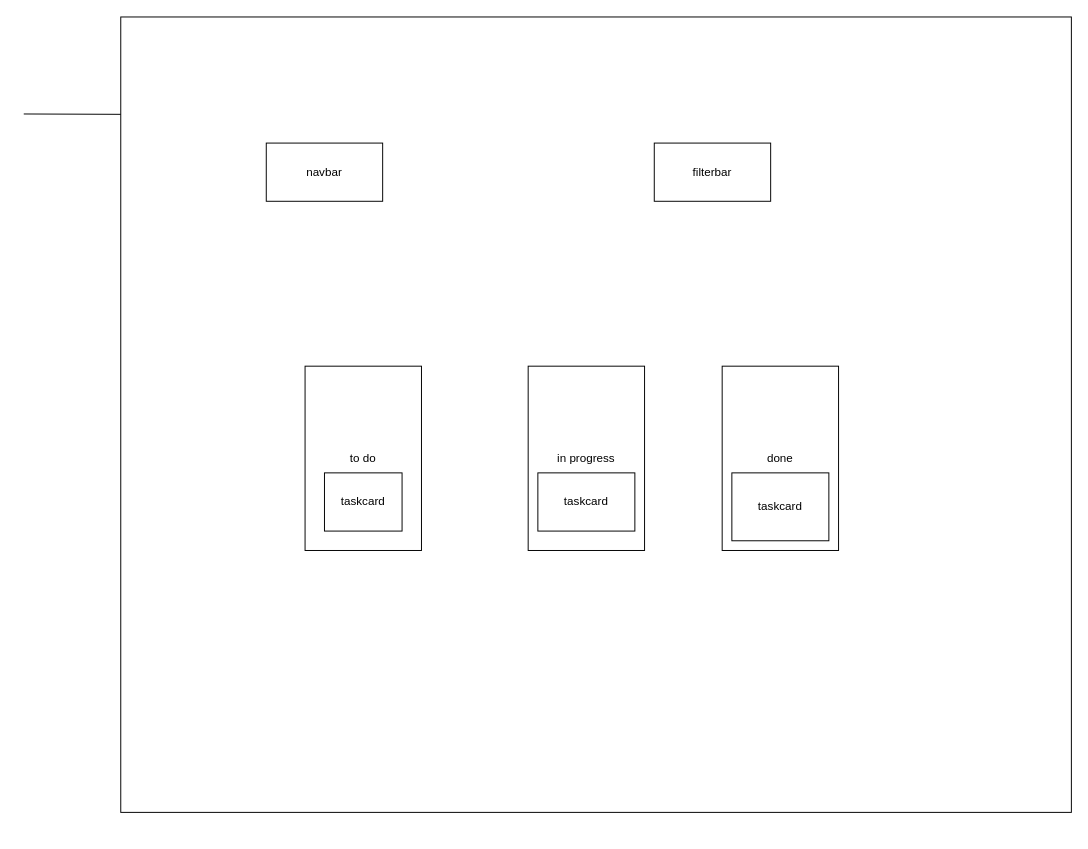
dwainXDL/collab-board keeps this draw.io diagram as docs/wireframe.drawio. Above is the earlier version. Source tidied: cells renumbered, new cells numbered last; positions are measured from the earlier drawing's top-left corner, leaving out a move shared by most shapes. Both pictures are drawn from the tidied source at 97%, with x=0, y=0 at pixel (23, 16).
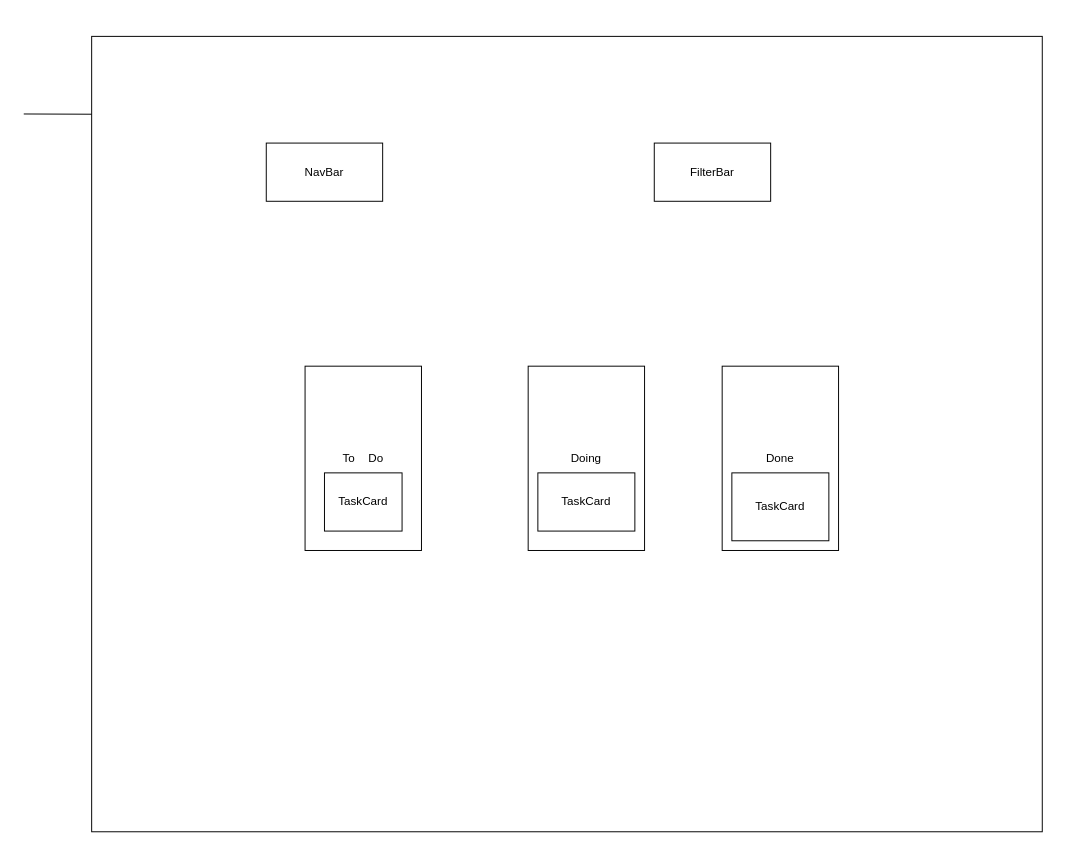
The same diagram, later.

Commit message (it also covers changes not shown here):
docs: update component tree and wireframe diagrams

Diff of the diagram source:
```diff
@@
 <mxGraphModel>
   <root>
     <mxCell id="0" />
     <mxCell id="1" parent="0" />
     <mxCell id="2" value="NavBar" style="rounded=0;whiteSpace=wrap;html=1;" parent="1" vertex="1">
       <mxGeometry x="270" y="110" width="120" height="50" as="geometry" />
     </mxCell>
     <mxCell id="3" style="edgeStyle=orthogonalEdgeStyle;rounded=0;jettySize=auto;html=1;exitX=0;exitY=0;exitDx=0;exitDy=0;entryX=0;entryY=0;entryDx=0;entryDy=0;" parent="1" edge="1" target="2">
       <mxGeometry relative="1" as="geometry">
         <mxPoint y="100" as="sourcePoint" />
       </mxGeometry>
     </mxCell>
     <mxCell id="4" style="rounded=0;whiteSpace=wrap;html=1;" parent="1" vertex="1">
-      <mxGeometry x="100" width="980" height="820" as="geometry" />
+      <mxGeometry x="70" y="20" width="980" height="820" as="geometry" />
     </mxCell>
-    <mxCell id="5" value="navbar" style="rounded=0;whiteSpace=wrap;html=1;" parent="1" vertex="1">
+    <mxCell id="5" value="NavBar" style="rounded=0;whiteSpace=wrap;html=1;" parent="1" vertex="1">
       <mxGeometry x="250" y="130" width="120" height="60" as="geometry" />
     </mxCell>
-    <mxCell id="6" value="filterbar" style="rounded=0;whiteSpace=wrap;html=1;" parent="1" vertex="1">
+    <mxCell id="6" value="FilterBar" style="rounded=0;whiteSpace=wrap;html=1;" parent="1" vertex="1">
       <mxGeometry x="650" y="130" width="120" height="60" as="geometry" />
     </mxCell>
-    <mxCell id="7" value="to do" style="rounded=0;whiteSpace=wrap;html=1;" parent="1" vertex="1">
+    <mxCell id="7" value="To&amp;nbsp;&lt;span style=&quot;white-space: pre;&quot;&gt;&#9;&lt;/span&gt;Do" style="rounded=0;whiteSpace=wrap;html=1;" parent="1" vertex="1">
       <mxGeometry x="290" y="360" width="120" height="190" as="geometry" />
     </mxCell>
-    <mxCell id="8" value="in progress" style="rounded=0;whiteSpace=wrap;html=1;" parent="1" vertex="1">
+    <mxCell id="8" value="Doing" style="rounded=0;whiteSpace=wrap;html=1;" parent="1" vertex="1">
       <mxGeometry x="520" y="360" width="120" height="190" as="geometry" />
     </mxCell>
-    <mxCell id="9" value="done" style="rounded=0;whiteSpace=wrap;html=1;" parent="1" vertex="1">
+    <mxCell id="9" value="Done" style="rounded=0;whiteSpace=wrap;html=1;" parent="1" vertex="1">
       <mxGeometry x="720" y="360" width="120" height="190" as="geometry" />
     </mxCell>
-    <mxCell id="10" value="taskcard" style="rounded=0;whiteSpace=wrap;html=1;" parent="1" vertex="1">
+    <mxCell id="10" value="TaskCard" style="rounded=0;whiteSpace=wrap;html=1;" parent="1" vertex="1">
       <mxGeometry x="310" y="470" width="80" height="60" as="geometry" />
     </mxCell>
-    <mxCell id="11" value="taskcard" style="rounded=0;whiteSpace=wrap;html=1;" parent="1" vertex="1">
+    <mxCell id="11" value="TaskCard" style="rounded=0;whiteSpace=wrap;html=1;" parent="1" vertex="1">
       <mxGeometry x="530" y="470" width="100" height="60" as="geometry" />
     </mxCell>
-    <mxCell id="12" value="taskcard" style="rounded=0;whiteSpace=wrap;html=1;" parent="1" vertex="1">
+    <mxCell id="12" value="TaskCard" style="rounded=0;whiteSpace=wrap;html=1;" parent="1" vertex="1">
       <mxGeometry x="730" y="470" width="100" height="70" as="geometry" />
     </mxCell>
   </root>
 </mxGraphModel>
```
